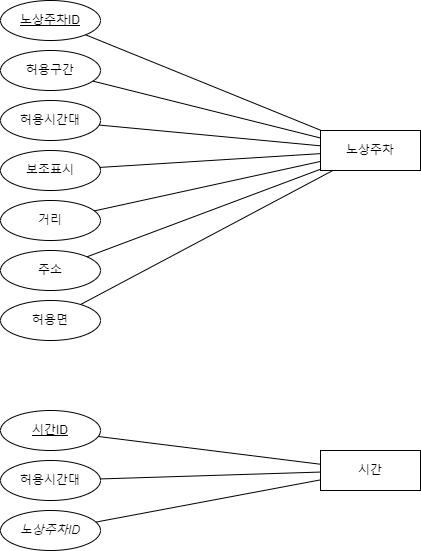
Above: DB/roadParking.drawio.png in 2023-AISCHOOL-IOTA/YOU_IoT (draw.io), before the change. Source tidied: cells renumbered, new cells last; positions are measured from the earlier drawing's top-left corner, leaving out a move shared by most shapes.
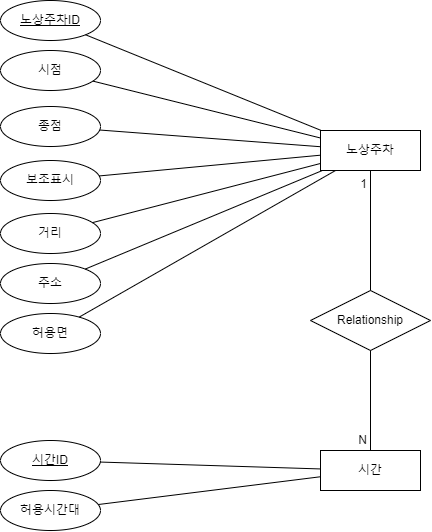
The same file after the commit.

The edit, as a diff of the source:
```diff
@@ -2,26 +2,23 @@
   <root>
     <mxCell id="0" />
     <mxCell id="1" parent="0" />
-    <mxCell id="2" value="허용시간대" style="ellipse;whiteSpace=wrap;html=1;align=center;fontStyle=0;" parent="1" vertex="1">
-      <mxGeometry y="100" width="100" height="40" as="geometry" />
-    </mxCell>
     <mxCell id="3" value="노상주차ID" style="ellipse;whiteSpace=wrap;html=1;align=center;fontStyle=4;" parent="1" vertex="1">
       <mxGeometry width="100" height="40" as="geometry" />
     </mxCell>
-    <mxCell id="4" value="허용구간" style="ellipse;whiteSpace=wrap;html=1;align=center;fontStyle=0;" parent="1" vertex="1">
+    <mxCell id="4" value="시점" style="ellipse;whiteSpace=wrap;html=1;align=center;fontStyle=0;" parent="1" vertex="1">
       <mxGeometry y="50" width="100" height="40" as="geometry" />
     </mxCell>
     <mxCell id="5" value="허용면" style="ellipse;whiteSpace=wrap;html=1;align=center;fontStyle=0;" parent="1" vertex="1">
-      <mxGeometry y="300" width="100" height="40" as="geometry" />
+      <mxGeometry y="313" width="100" height="40" as="geometry" />
     </mxCell>
     <mxCell id="6" value="거리" style="ellipse;whiteSpace=wrap;html=1;align=center;fontStyle=0;" parent="1" vertex="1">
-      <mxGeometry y="200" width="100" height="40" as="geometry" />
+      <mxGeometry y="213" width="100" height="40" as="geometry" />
     </mxCell>
     <mxCell id="7" value="주소" style="ellipse;whiteSpace=wrap;html=1;align=center;fontStyle=0;" parent="1" vertex="1">
-      <mxGeometry y="250" width="100" height="40" as="geometry" />
+      <mxGeometry y="263" width="100" height="40" as="geometry" />
     </mxCell>
     <mxCell id="8" value="보조표시" style="ellipse;whiteSpace=wrap;html=1;align=center;fontStyle=0;" parent="1" vertex="1">
-      <mxGeometry y="150" width="100" height="40" as="geometry" />
+      <mxGeometry y="160" width="100" height="40" as="geometry" />
     </mxCell>
     <mxCell id="9" value="노상주차" style="whiteSpace=wrap;html=1;align=center;" parent="1" vertex="1">
       <mxGeometry x="320" y="130" width="100" height="40" as="geometry" />
@@ -41,32 +38,48 @@
     <mxCell id="14" style="endArrow=none;html=1;rounded=0;" parent="1" edge="1" source="9" target="4">
       <mxGeometry relative="1" as="geometry" />
     </mxCell>
-    <mxCell id="15" style="endArrow=none;html=1;rounded=0;" parent="1" edge="1" source="9" target="2">
-      <mxGeometry relative="1" as="geometry" />
-    </mxCell>
     <mxCell id="16" style="endArrow=none;html=1;rounded=0;" parent="1" edge="1" source="9" target="6">
       <mxGeometry relative="1" as="geometry" />
     </mxCell>
     <mxCell id="17" value="허용시간대" style="ellipse;whiteSpace=wrap;html=1;align=center;fontStyle=0;" parent="1" vertex="1">
-      <mxGeometry y="460" width="100" height="40" as="geometry" />
+      <mxGeometry y="490" width="100" height="40" as="geometry" />
     </mxCell>
-    <mxCell id="18" value="노상주차ID" style="ellipse;whiteSpace=wrap;html=1;align=center;fontStyle=2;" parent="1" vertex="1">
-      <mxGeometry y="510" width="100" height="40" as="geometry" />
-    </mxCell>
     <mxCell id="19" value="&lt;u&gt;시간ID&lt;/u&gt;" style="ellipse;whiteSpace=wrap;html=1;align=center;fontStyle=0;" parent="1" vertex="1">
-      <mxGeometry y="410" width="100" height="40" as="geometry" />
+      <mxGeometry y="440" width="100" height="40" as="geometry" />
     </mxCell>
     <mxCell id="20" value="시간" style="whiteSpace=wrap;html=1;align=center;" parent="1" vertex="1">
       <mxGeometry x="320" y="450" width="100" height="40" as="geometry" />
     </mxCell>
-    <mxCell id="21" style="endArrow=none;html=1;rounded=0;" parent="1" edge="1" source="18" target="20">
-      <mxGeometry relative="1" as="geometry" />
-    </mxCell>
     <mxCell id="22" style="endArrow=none;html=1;rounded=0;" parent="1" edge="1" source="20" target="19">
       <mxGeometry relative="1" as="geometry" />
     </mxCell>
     <mxCell id="23" style="endArrow=none;html=1;rounded=0;" parent="1" edge="1" source="20" target="17">
       <mxGeometry relative="1" as="geometry" />
     </mxCell>
+    <mxCell id="24" value="Relationship" style="shape=rhombus;perimeter=rhombusPerimeter;whiteSpace=wrap;html=1;align=center;" parent="1" vertex="1">
+      <mxGeometry x="310" y="290" width="120" height="60" as="geometry" />
+    </mxCell>
+    <mxCell id="25" style="endArrow=none;html=1;rounded=0;" parent="1" edge="1" source="9" target="24">
+      <mxGeometry relative="1" as="geometry" />
+    </mxCell>
+    <mxCell id="26" value="1" style="html=1;whiteSpace=wrap;align=right;verticalAlign=bottom;" parent="25" vertex="1">
+      <mxGeometry x="1" relative="1" as="geometry">
+        <mxPoint x="-2" y="-98" as="offset" />
+      </mxGeometry>
+    </mxCell>
+    <mxCell id="27" style="endArrow=none;html=1;rounded=0;" parent="1" edge="1" source="24" target="20">
+      <mxGeometry relative="1" as="geometry" />
+    </mxCell>
+    <mxCell id="28" value="N" style="html=1;whiteSpace=wrap;align=right;verticalAlign=bottom;" parent="27" vertex="1">
+      <mxGeometry x="1" relative="1" as="geometry">
+        <mxPoint x="-2" y="-2" as="offset" />
+      </mxGeometry>
+    </mxCell>
+    <mxCell id="29" value="종점" style="ellipse;whiteSpace=wrap;html=1;align=center;fontStyle=0;" parent="1" vertex="1">
+      <mxGeometry y="106" width="100" height="40" as="geometry" />
+    </mxCell>
+    <mxCell id="30" style="endArrow=none;html=1;rounded=0;" parent="1" edge="1" source="9" target="29">
+      <mxGeometry relative="1" as="geometry" />
+    </mxCell>
   </root>
 </mxGraphModel>
```
